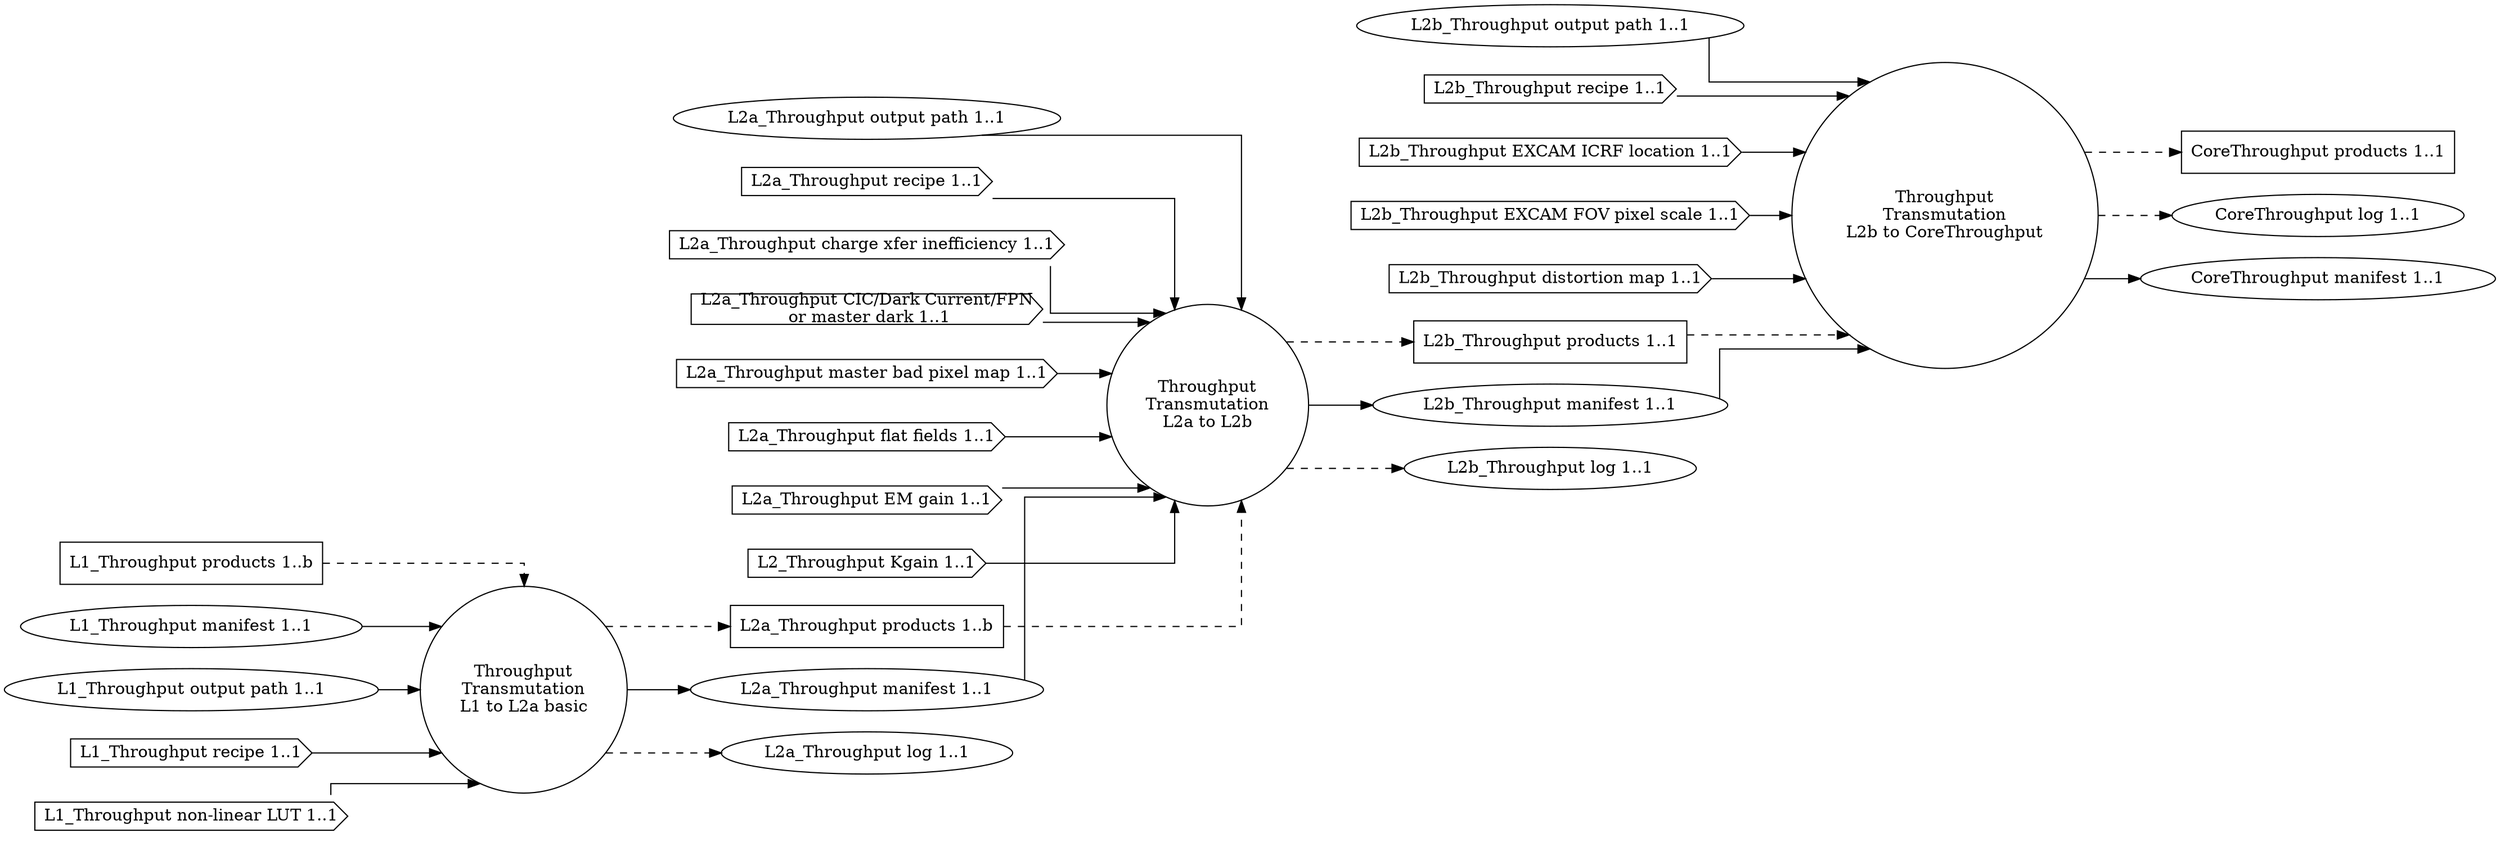
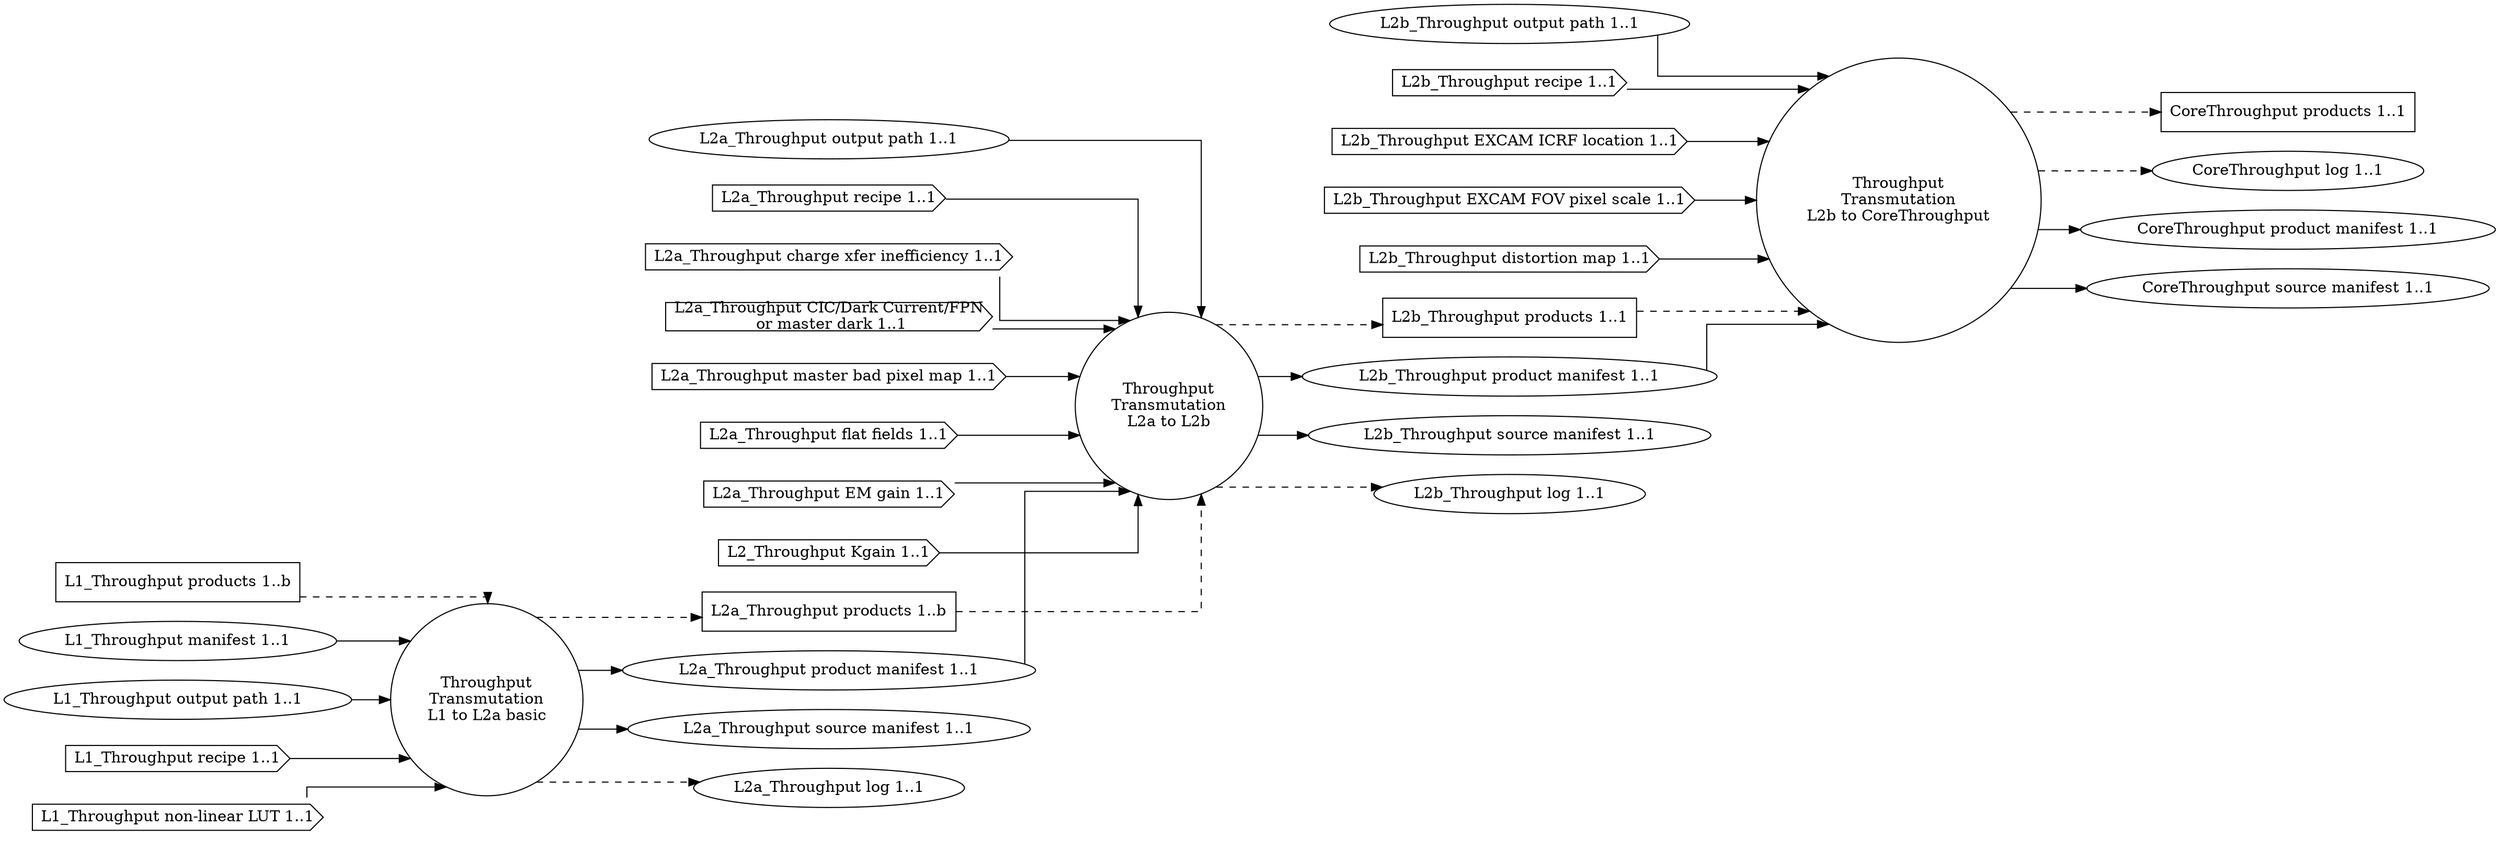
- digraph Throughput
- {
-   graph [splines="ortho", rankdir=LR];
- 
-   trans_corethpt_l1_l2a [label="Throughput\nTransmutation\nL1 to L2a basic", shape="circle"];
-   trans_corethpt_l2a_l2b [label="Throughput\nTransmutation\nL2a to L2b", shape="circle"];
-   trans_corethpt_l2b_ctp [label="Throughput\nTransmutation\nL2b to CoreThroughput", shape="circle"];
- 
-   l1_corethpt_prod [label="L1_Throughput products 1..b", shape="rectangle"];
-   l1_corethpt_man [label="L1_Throughput manifest 1..1", shape="ellipse"];
-   l1_corethpt_odir [label="L1_Throughput output path 1..1", shape="ellipse"];
-   l1_corethpt_rec [label="L1_Throughput recipe 1..1", shape="cds"];
-   l1_corethpt_nllut [label="L1_Throughput non-linear LUT 1..1", shape="cds"];
- 
-   l2a_corethpt_prod [label="L2a_Throughput products 1..b", shape="rectangle"];
-   l2a_corethpt_man [label="L2a_Throughput manifest 1..1", shape="ellipse"];
-   l2a_corethpt_odir [label="L2a_Throughput output path 1..1", shape="ellipse"];
-   l2a_corethpt_rec [label="L2a_Throughput recipe 1..1", shape="cds"];
-   l2a_corethpt_cti [label="L2a_Throughput charge xfer inefficiency 1..1", shape="cds"];
-   l2a_corethpt_dnb [label="L2a_Throughput CIC/Dark Current/FPN\n or master dark 1..1", shape="cds"];
-   l2a_corethpt_mbpm [label="L2a_Throughput master bad pixel map 1..1", shape="cds"];
-   l2a_corethpt_ff [label="L2a_Throughput flat fields 1..1", shape="cds"];
-   l2a_corethpt_emg [label="L2a_Throughput EM gain 1..1", shape="cds"];
-   l2a_corethpt_kgain [label="L2_Throughput Kgain 1..1", shape="cds"];
-   l2a_corethpt_log [label="L2a_Throughput log 1..1", shape="ellipse"];
- 
-   l2b_corethpt_prod [label="L2b_Throughput products 1..1", shape="rectangle"];
-   l2b_corethpt_man [label="L2b_Throughput manifest 1..1", shape="ellipse"];
-   l2b_corethpt_odir [label="L2b_Throughput output path 1..1", shape="ellipse"];
-   l2b_corethpt_rec [label="L2b_Throughput recipe 1..1", shape="cds"];
-   l2b_corethpt_excicrf [label="L2b_Throughput EXCAM ICRF location 1..1", shape="cds"];
-   l2b_corethpt_excfovps [label="L2b_Throughput EXCAM FOV pixel scale 1..1", shape="cds"];
-   l2b_corethpt_distm [label="L2b_Throughput distortion map 1..1", shape="cds"];
-   l2b_corethpt_log [label="L2b_Throughput log 1..1", shape="ellipse"];
- 
-   ctp_prod [label="CoreThroughput products 1..1", shape="rectangle"];
-   ctp_log [label="CoreThroughput log 1..1", shape="ellipse"];
-   ctp_man [label="CoreThroughput manifest 1..1", shape="ellipse"];
- 
-   l1_corethpt_prod -> trans_corethpt_l1_l2a [style="dashed"];
-   l1_corethpt_man -> trans_corethpt_l1_l2a;
-   l1_corethpt_odir -> trans_corethpt_l1_l2a;
-   l1_corethpt_rec -> trans_corethpt_l1_l2a;
-   l1_corethpt_nllut -> trans_corethpt_l1_l2a;
- 
-   trans_corethpt_l1_l2a -> l2a_corethpt_prod [style="dashed"];
-   trans_corethpt_l1_l2a -> l2a_corethpt_man;
-   trans_corethpt_l1_l2a -> l2a_corethpt_log [style="dashed"];
- 
-   l2a_corethpt_prod -> trans_corethpt_l2a_l2b [style="dashed"];
-   l2a_corethpt_kgain -> trans_corethpt_l2a_l2b;
-   l2a_corethpt_odir -> trans_corethpt_l2a_l2b;
-   l2a_corethpt_rec -> trans_corethpt_l2a_l2b;
-   l2a_corethpt_cti -> trans_corethpt_l2a_l2b;
-   l2a_corethpt_dnb -> trans_corethpt_l2a_l2b;
-   l2a_corethpt_mbpm -> trans_corethpt_l2a_l2b;
-   l2a_corethpt_ff -> trans_corethpt_l2a_l2b;
-   l2a_corethpt_emg -> trans_corethpt_l2a_l2b;
-   l2a_corethpt_man -> trans_corethpt_l2a_l2b;
- 
-   trans_corethpt_l2a_l2b -> l2b_corethpt_prod [style="dashed"];
-   trans_corethpt_l2a_l2b -> l2b_corethpt_log [style="dashed"];
-   trans_corethpt_l2a_l2b -> l2b_corethpt_man;
- 
-   l2b_corethpt_prod -> trans_corethpt_l2b_ctp [style="dashed"];
-   l2b_corethpt_man -> trans_corethpt_l2b_ctp;
-   l2b_corethpt_odir -> trans_corethpt_l2b_ctp;
-   l2b_corethpt_rec -> trans_corethpt_l2b_ctp;
-   l2b_corethpt_excicrf -> trans_corethpt_l2b_ctp;
-   l2b_corethpt_excfovps -> trans_corethpt_l2b_ctp;
-   l2b_corethpt_distm -> trans_corethpt_l2b_ctp;
-   trans_corethpt_l2b_ctp -> ctp_prod [style="dashed"];
-   trans_corethpt_l2b_ctp -> ctp_log [style="dashed"];
-   trans_corethpt_l2b_ctp -> ctp_man;
+ digraph Throughput {
+ graph [splines="ortho", rankdir=LR];
+ trans_cal_corethpt_l1_l2a [label="Throughput\nTransmutation\nL1 to L2a basic", shape="circle", runname="l1.transmutation_cal_corethpt", runtype="dawgie.Algorithm", fsmtype="dip.base.Runner"];
+ trans_cal_corethpt_l2a_l2b [label="Throughput\nTransmutation\nL2a to L2b", shape="circle", runname="l2a.transmutation_cal_corethpt", runtype="dawgie.Algorithm", fsmtype="dip.base.Runner"];
+ trans_cal_corethpt_l2b_ctp [label="Throughput\nTransmutation\nL2b to CoreThroughput", shape="circle", runname="l2b.transmutation_cal_corethpt", runtype="dawgie.Algorithm", fsmtype="dip.base.Runner"];
+ l1_cal_corethpt_prod [label="L1_Throughput products 1..b", shape="rectangle"];
+ l1_cal_corethpt_man [label="L1_Throughput manifest 1..1", shape="ellipse"];
+ l1_cal_corethpt_odir [label="L1_Throughput output path 1..1", shape="ellipse"];
+ l1_cal_corethpt_rec [label="L1_Throughput recipe 1..1", shape="cds"];
+ l1_cal_corethpt_nllut [label="L1_Throughput non-linear LUT 1..1", shape="cds"];
+ l2a_cal_corethpt_prod [label="L2a_Throughput products 1..b", shape="rectangle"];
+ l2a_cal_corethpt_man [label="L2a_Throughput product manifest 1..1", shape="ellipse", valname="l1.transmutation_cal_corethpt.product.manifest", valtype="dip.base.Manifest"];
+ l2a_cal_corethpt_src [label="L2a_Throughput source manifest 1..1", shape="ellipse", valname="l1.transmutation_cal_corethpt.source.manifest", valtype="dip.base.Manifest"];
+ l2a_cal_corethpt_odir [label="L2a_Throughput output path 1..1", shape="ellipse"];
+ l2a_cal_corethpt_rec [label="L2a_Throughput recipe 1..1", shape="cds"];
+ l2a_cal_corethpt_cti [label="L2a_Throughput charge xfer inefficiency 1..1", shape="cds"];
+ l2a_cal_corethpt_dnb [label="L2a_Throughput CIC/Dark Current/FPN\n or master dark 1..1", shape="cds"];
+ l2a_cal_corethpt_mbpm [label="L2a_Throughput master bad pixel map 1..1", shape="cds"];
+ l2a_cal_corethpt_ff [label="L2a_Throughput flat fields 1..1", shape="cds"];
+ l2a_cal_corethpt_emg [label="L2a_Throughput EM gain 1..1", shape="cds"];
+ l2a_cal_corethpt_kgain [label="L2_Throughput Kgain 1..1", shape="cds"];
+ l2a_cal_corethpt_log [label="L2a_Throughput log 1..1", shape="ellipse"];
+ l2b_cal_corethpt_prod [label="L2b_Throughput products 1..1", shape="rectangle"];
+ l2b_cal_corethpt_man [label="L2b_Throughput product manifest 1..1", shape="ellipse", valname="l2a.transmutation_cal_corethpt.product.manifest", valtype="dip.base.Manifest"];
+ l2b_cal_corethpt_src [label="L2b_Throughput source manifest 1..1", shape="ellipse", valname="l2a.transmutation_cal_corethpt.source.manifest", valtype="dip.base.Manifest"];
+ l2b_cal_corethpt_odir [label="L2b_Throughput output path 1..1", shape="ellipse"];
+ l2b_cal_corethpt_rec [label="L2b_Throughput recipe 1..1", shape="cds"];
+ l2b_cal_corethpt_excicrf [label="L2b_Throughput EXCAM ICRF location 1..1", shape="cds"];
+ l2b_cal_corethpt_excfovps [label="L2b_Throughput EXCAM FOV pixel scale 1..1", shape="cds"];
+ l2b_cal_corethpt_distm [label="L2b_Throughput distortion map 1..1", shape="cds"];
+ l2b_cal_corethpt_log [label="L2b_Throughput log 1..1", shape="ellipse"];
+ cal_corethpt_prod [label="CoreThroughput products 1..1", shape="rectangle"];
+ cal_corethpt_log [label="CoreThroughput log 1..1", shape="ellipse"];
+ cal_corethpt_man [label="CoreThroughput product manifest 1..1", shape="ellipse", shape="ellipse", valname="l2b.transmutation_cal_corethpt.product.manifest", valtype="dip.base.Manifest"];
+ cal_corethpt_src [label="CoreThroughput source manifest 1..1", shape="ellipse", shape="ellipse", valname="l2b.transmutation_cal_corethpt.source.manifest", valtype="dip.base.Manifest"];
+ l1_cal_corethpt_prod -> trans_cal_corethpt_l1_l2a [style="dashed"];
+ l1_cal_corethpt_man -> trans_cal_corethpt_l1_l2a;
+ l1_cal_corethpt_odir -> trans_cal_corethpt_l1_l2a;
+ l1_cal_corethpt_rec -> trans_cal_corethpt_l1_l2a;
+ l1_cal_corethpt_nllut -> trans_cal_corethpt_l1_l2a;
+ trans_cal_corethpt_l1_l2a -> l2a_cal_corethpt_prod [style="dashed"];
+ trans_cal_corethpt_l1_l2a -> l2a_cal_corethpt_man;
+ trans_cal_corethpt_l1_l2a -> l2a_cal_corethpt_src;
+ trans_cal_corethpt_l1_l2a -> l2a_cal_corethpt_log [style="dashed"];
+ l2a_cal_corethpt_prod -> trans_cal_corethpt_l2a_l2b [style="dashed"];
+ l2a_cal_corethpt_kgain -> trans_cal_corethpt_l2a_l2b;
+ l2a_cal_corethpt_odir -> trans_cal_corethpt_l2a_l2b;
+ l2a_cal_corethpt_rec -> trans_cal_corethpt_l2a_l2b;
+ l2a_cal_corethpt_cti -> trans_cal_corethpt_l2a_l2b;
+ l2a_cal_corethpt_dnb -> trans_cal_corethpt_l2a_l2b;
+ l2a_cal_corethpt_mbpm -> trans_cal_corethpt_l2a_l2b;
+ l2a_cal_corethpt_ff -> trans_cal_corethpt_l2a_l2b;
+ l2a_cal_corethpt_emg -> trans_cal_corethpt_l2a_l2b;
+ l2a_cal_corethpt_man -> trans_cal_corethpt_l2a_l2b;
+ trans_cal_corethpt_l2a_l2b -> l2b_cal_corethpt_prod [style="dashed"];
+ trans_cal_corethpt_l2a_l2b -> l2b_cal_corethpt_log [style="dashed"];
+ trans_cal_corethpt_l2a_l2b -> l2b_cal_corethpt_man;
+ trans_cal_corethpt_l2a_l2b -> l2b_cal_corethpt_src;
+ l2b_cal_corethpt_prod -> trans_cal_corethpt_l2b_ctp [style="dashed"];
+ l2b_cal_corethpt_man -> trans_cal_corethpt_l2b_ctp;
+ l2b_cal_corethpt_odir -> trans_cal_corethpt_l2b_ctp;
+ l2b_cal_corethpt_rec -> trans_cal_corethpt_l2b_ctp;
+ l2b_cal_corethpt_excicrf -> trans_cal_corethpt_l2b_ctp;
+ l2b_cal_corethpt_excfovps -> trans_cal_corethpt_l2b_ctp;
+ l2b_cal_corethpt_distm -> trans_cal_corethpt_l2b_ctp;
+ trans_cal_corethpt_l2b_ctp -> cal_corethpt_prod [style="dashed"];
+ trans_cal_corethpt_l2b_ctp -> cal_corethpt_log [style="dashed"];
+ trans_cal_corethpt_l2b_ctp -> cal_corethpt_man;
+ trans_cal_corethpt_l2b_ctp -> cal_corethpt_src;
}
